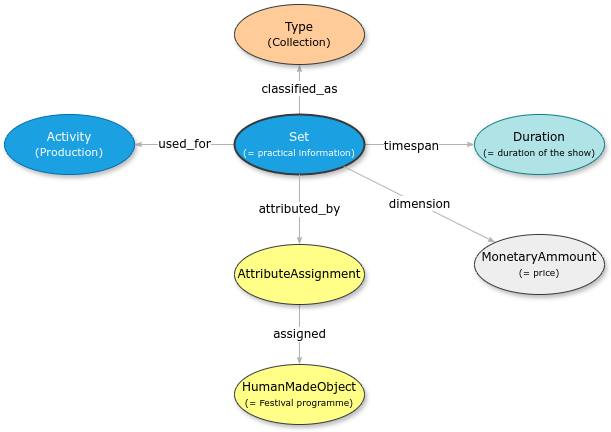
Above: Figures-Cookbook/Set.drawio.png in stage-to-data/linked-art-pa (draw.io), before the change. Source tidied: cells renumbered, new cells last; positions are measured from the earlier drawing's top-left corner, leaving out a move shared by most shapes.
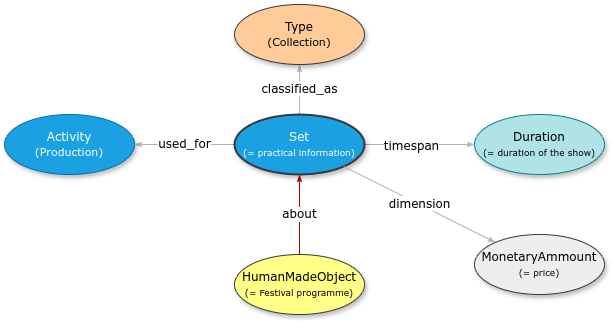
After the change.

Diff of the diagram source:
```diff
@@ -32,20 +32,11 @@
     <mxCell id="11" value="&lt;span style=&quot;color: rgb(0, 0, 0);&quot;&gt;MonetaryAmmount&lt;/span&gt;&lt;div style=&quot;color: rgb(0, 0, 0);&quot;&gt;&lt;font style=&quot;font-size: 9px;&quot;&gt;(=&amp;nbsp;&lt;/font&gt;&lt;span style=&quot;font-size: 9px; background-color: transparent;&quot;&gt;price)&lt;/span&gt;&lt;/div&gt;" style="ellipse;whiteSpace=wrap;html=1;rounded=0;shadow=1;comic=0;labelBackgroundColor=none;strokeWidth=1;fontFamily=Verdana;fontSize=12;align=center;rotation=0;fillColor=#eeeeee;strokeColor=#36393d;" parent="1" vertex="1">
       <mxGeometry x="470" y="230" width="130" height="60" as="geometry" />
     </mxCell>
-    <mxCell id="12" value="assigned" style="edgeStyle=none;rounded=1;html=1;labelBackgroundColor=#FFFFFF;startArrow=none;startFill=0;startSize=5;endArrow=classicThin;endFill=1;endSize=5;jettySize=auto;strokeColor=#B3B3B3;strokeWidth=1;fontFamily=Verdana;fontSize=12;" parent="1" edge="1" source="16" target="13">
+    <mxCell id="12" value="about" style="edgeStyle=none;rounded=1;html=1;labelBackgroundColor=#FFFFFF;startArrow=none;startFill=0;startSize=5;endArrow=classicThin;endFill=1;endSize=5;jettySize=auto;strokeColor=#B20000;strokeWidth=1;fontFamily=Verdana;fontSize=12;fillColor=#e51400;" parent="1" edge="1" source="13" target="6">
       <mxGeometry relative="1" as="geometry" />
     </mxCell>
     <mxCell id="13" value="HumanMadeObject&lt;br&gt;&lt;div&gt;&lt;span&gt;&lt;font style=&quot;font-size: 9px;&quot;&gt;(= Festival programme)&lt;/font&gt;&lt;/span&gt;&lt;/div&gt;" style="ellipse;whiteSpace=wrap;html=1;rounded=0;shadow=1;comic=0;labelBackgroundColor=none;strokeWidth=1;fontFamily=Verdana;fontSize=12;align=center;fillColor=#ffff88;strokeColor=#36393d;" parent="1" vertex="1">
-      <mxGeometry x="230" y="360" width="130" height="60" as="geometry" />
+      <mxGeometry x="230" y="250" width="130" height="60" as="geometry" />
     </mxCell>
-    <mxCell id="14" style="edgeStyle=none;rounded=1;html=1;labelBackgroundColor=#FFFFFF;startArrow=none;startFill=0;startSize=5;endArrow=classicThin;endFill=1;endSize=5;jettySize=auto;strokeColor=#B3B3B3;strokeWidth=1;fontFamily=Verdana;fontSize=12;" parent="1" edge="1" source="6" target="16">
-      <mxGeometry relative="1" as="geometry" />
-    </mxCell>
-    <mxCell id="15" value="&lt;font face=&quot;Verdana&quot; style=&quot;font-size: 12px;&quot;&gt;attributed_by&lt;/font&gt;" style="edgeLabel;html=1;align=center;verticalAlign=middle;" parent="14" vertex="1">
-      <mxGeometry x="-0.04" y="-1" relative="1" as="geometry" />
-    </mxCell>
-    <mxCell id="16" value="&lt;div&gt;&lt;font style=&quot;&quot;&gt;AttributeAssignment&lt;/font&gt;&lt;/div&gt;" style="ellipse;whiteSpace=wrap;html=1;rounded=0;shadow=1;comic=0;labelBackgroundColor=none;strokeWidth=1;fontFamily=Verdana;fontSize=12;align=center;fillColor=#ffff88;strokeColor=#36393d;" parent="1" vertex="1">
-      <mxGeometry x="230" y="240" width="130" height="60" as="geometry" />
-    </mxCell>
   </root>
 </mxGraphModel>
```
